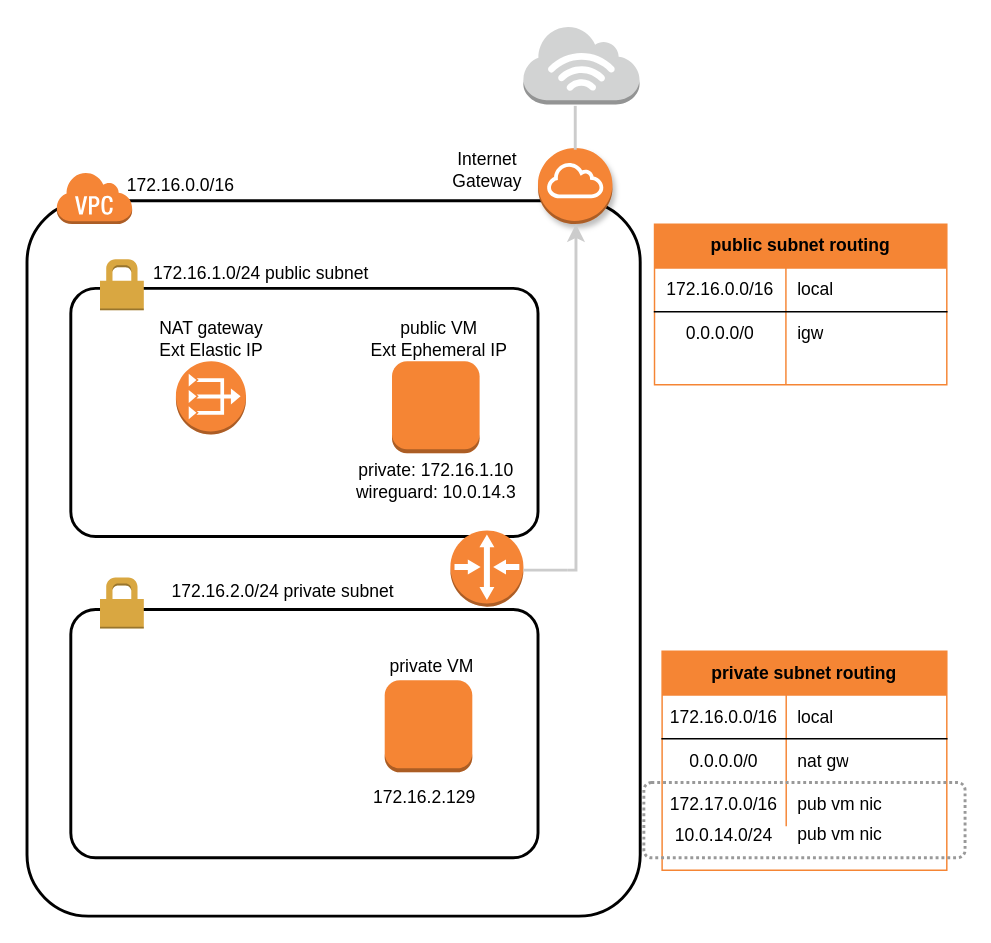
fabianlee/blogcode keeps this draw.io diagram as diagrams/AWS-public-private-subnet.drawio. Above is the earlier version. Source tidied: cells renumbered, new cells numbered last; positions are measured from the earlier drawing's top-left corner, leaving out a move shared by most shapes. Both pictures are drawn from the tidied source at 146%, with x=0, y=0 at pixel (26, 25).
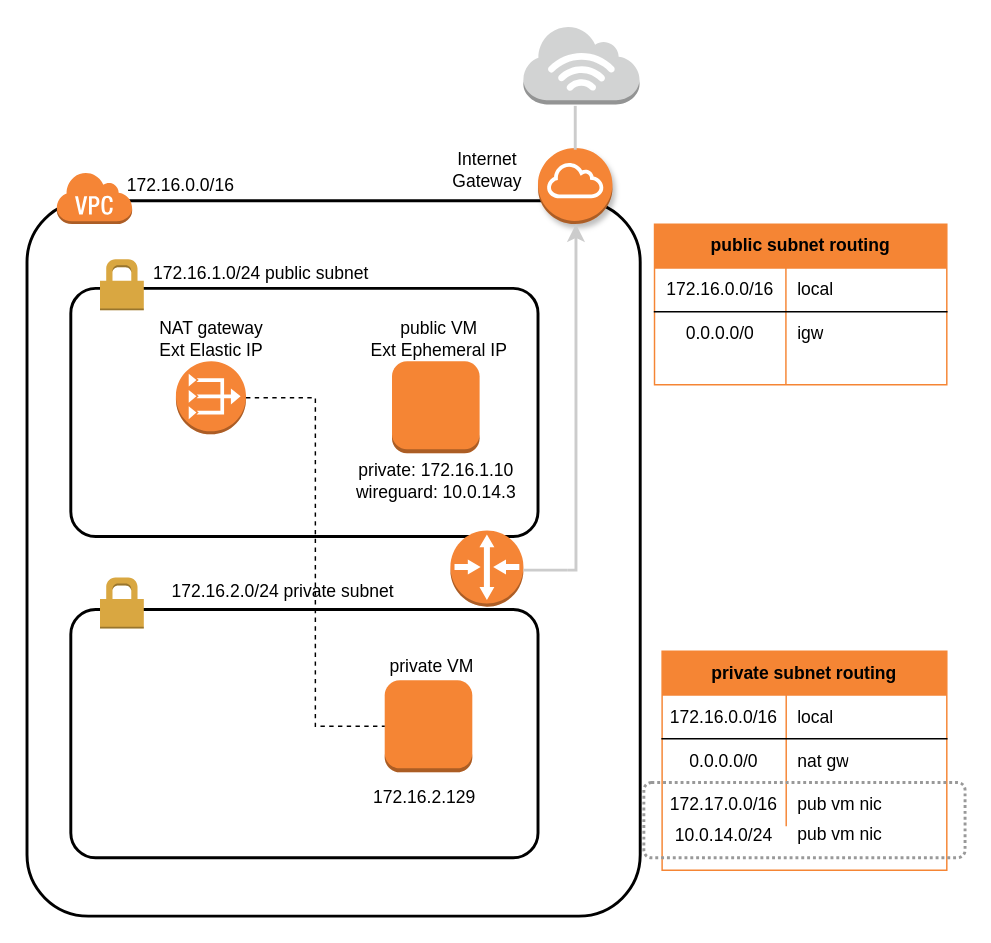
The same page after the edit.

The change refers to these unchanged cells:
```xml
<mxCell id="14" style="outlineConnect=0;dashed=0;verticalLabelPosition=bottom;verticalAlign=top;align=center;html=1;shape=mxgraph.aws3.instance;fillColor=#F58534;gradientColor=none;shadow=0;strokeColor=#F58534;strokeWidth=1;" parent="1" vertex="1">
  <mxGeometry x="245" y="448.5" width="60" height="63" as="geometry" />
</mxCell>
```

Change to the diagram source:
```diff
@@
+    <mxCell id="49" style="edgeStyle=orthogonalEdgeStyle;rounded=0;jettySize=auto;html=1;entryX=0;entryY=0.5;entryDx=0;entryDy=0;fontSize=18;fontColor=#000033;dashed=1;entryPerimeter=0;endArrow=none;endFill=0;" parent="1" edge="1" source="17" target="14">
+      <mxGeometry relative="1" as="geometry" />
+    </mxCell>
     <mxCell id="17" style="outlineConnect=0;dashed=0;verticalLabelPosition=bottom;verticalAlign=top;align=center;html=1;shape=mxgraph.aws3.vpc_nat_gateway;fillColor=#F58536;gradientColor=none;shadow=0;strokeColor=#F58534;strokeWidth=1;" parent="1" vertex="1">
-      <mxGeometry x="102" y="230" width="48" height="50.1" as="geometry" />
+      <mxGeometry x="102" y="230" width="48" height="50" as="geometry" />
     </mxCell>
```
